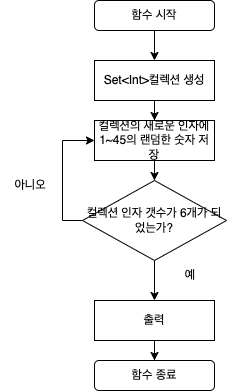
Earlier version of the draw.io export week2 step1 순서도.png (yagom-academy/swift-starter-Round2). Source tidied: cells renumbered, new cells last; positions are measured from the earlier drawing's top-left corner, leaving out a move shared by most shapes. Source of this version:
```xml
<mxGraphModel>
  <root>
    <mxCell id="0" />
    <mxCell id="1" parent="0" />
    <mxCell id="2" style="edgeStyle=orthogonalEdgeStyle;rounded=0;jettySize=auto;html=1;entryX=0.5;entryY=0;entryDx=0;entryDy=0;" parent="1" edge="1" source="3" target="5">
      <mxGeometry relative="1" as="geometry" />
    </mxCell>
    <mxCell id="3" value="함수 시작" style="rounded=1;whiteSpace=wrap;html=1;" parent="1" vertex="1">
      <mxGeometry x="94" width="120" height="30" as="geometry" />
    </mxCell>
    <mxCell id="4" style="edgeStyle=orthogonalEdgeStyle;rounded=0;jettySize=auto;html=1;entryX=0.5;entryY=0;entryDx=0;entryDy=0;" parent="1" edge="1" source="5" target="7">
      <mxGeometry relative="1" as="geometry" />
    </mxCell>
    <mxCell id="5" value="Set&amp;lt;Int&amp;gt;컬렉션 생성" style="rounded=0;whiteSpace=wrap;html=1;" parent="1" vertex="1">
      <mxGeometry x="94" y="60" width="120" height="40" as="geometry" />
    </mxCell>
    <mxCell id="6" style="edgeStyle=orthogonalEdgeStyle;rounded=0;jettySize=auto;html=1;entryX=0.5;entryY=0;entryDx=0;entryDy=0;" parent="1" edge="1" source="7" target="10">
      <mxGeometry relative="1" as="geometry" />
    </mxCell>
    <mxCell id="7" value="컬렉션의 새로운 인자에 1~45의 랜덤한 숫자 저장" style="rounded=0;whiteSpace=wrap;html=1;" parent="1" vertex="1">
      <mxGeometry x="94" y="120" width="120" height="40" as="geometry" />
    </mxCell>
    <mxCell id="8" style="edgeStyle=orthogonalEdgeStyle;rounded=0;jettySize=auto;html=1;" parent="1" edge="1" source="10" target="14">
      <mxGeometry relative="1" as="geometry" />
    </mxCell>
    <mxCell id="9" style="edgeStyle=orthogonalEdgeStyle;rounded=0;jettySize=auto;html=1;entryX=0;entryY=0.5;entryDx=0;entryDy=0;" parent="1" edge="1" source="10" target="7">
      <mxGeometry relative="1" as="geometry">
        <Array as="points">
          <mxPoint x="62" y="220" />
          <mxPoint x="62" y="140" />
        </Array>
      </mxGeometry>
    </mxCell>
    <mxCell id="10" value="컬렉션 인자 갯수가 6개가 되었는가?" style="rhombus;whiteSpace=wrap;html=1;" parent="1" vertex="1">
      <mxGeometry x="82" y="180" width="144" height="80" as="geometry" />
    </mxCell>
    <mxCell id="11" value="아니오" style="text;html=1;strokeColor=none;fillColor=none;align=center;verticalAlign=middle;whiteSpace=wrap;rounded=0;" parent="1" vertex="1">
      <mxGeometry y="170" width="60" height="30" as="geometry" />
    </mxCell>
    <mxCell id="12" value="예" style="text;html=1;strokeColor=none;fillColor=none;align=center;verticalAlign=middle;whiteSpace=wrap;rounded=0;" parent="1" vertex="1">
      <mxGeometry x="160" y="260" width="60" height="30" as="geometry" />
    </mxCell>
    <mxCell id="13" style="edgeStyle=orthogonalEdgeStyle;rounded=0;jettySize=auto;html=1;" parent="1" edge="1" source="14" target="15">
      <mxGeometry relative="1" as="geometry" />
    </mxCell>
    <mxCell id="14" value="출력" style="rounded=0;whiteSpace=wrap;html=1;" parent="1" vertex="1">
      <mxGeometry x="94" y="300" width="120" height="40" as="geometry" />
    </mxCell>
    <mxCell id="15" value="함수 종료" style="rounded=1;whiteSpace=wrap;html=1;" parent="1" vertex="1">
      <mxGeometry x="94" y="360" width="120" height="30" as="geometry" />
    </mxCell>
  </root>
</mxGraphModel>
```
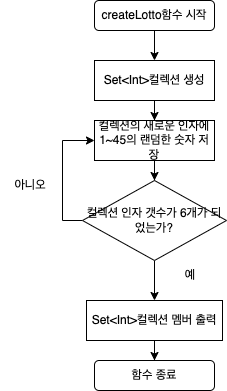
The same file after the commit.

Commit message:
week2 step1 1.1v

What changed in the source:
```diff
@@ -5,7 +5,7 @@
     <mxCell id="2" style="edgeStyle=orthogonalEdgeStyle;rounded=0;jettySize=auto;html=1;entryX=0.5;entryY=0;entryDx=0;entryDy=0;" parent="1" edge="1" source="3" target="5">
       <mxGeometry relative="1" as="geometry" />
     </mxCell>
-    <mxCell id="3" value="함수 시작" style="rounded=1;whiteSpace=wrap;html=1;" parent="1" vertex="1">
+    <mxCell id="3" value="createLotto함수 시작" style="rounded=1;whiteSpace=wrap;html=1;" parent="1" vertex="1">
       <mxGeometry x="94" width="120" height="30" as="geometry" />
     </mxCell>
     <mxCell id="4" style="edgeStyle=orthogonalEdgeStyle;rounded=0;jettySize=auto;html=1;entryX=0.5;entryY=0;entryDx=0;entryDy=0;" parent="1" edge="1" source="5" target="7">
@@ -43,8 +43,8 @@
     <mxCell id="13" style="edgeStyle=orthogonalEdgeStyle;rounded=0;jettySize=auto;html=1;" parent="1" edge="1" source="14" target="15">
       <mxGeometry relative="1" as="geometry" />
     </mxCell>
-    <mxCell id="14" value="출력" style="rounded=0;whiteSpace=wrap;html=1;" parent="1" vertex="1">
-      <mxGeometry x="94" y="300" width="120" height="40" as="geometry" />
+    <mxCell id="14" value="Set&amp;lt;Int&amp;gt;컬렉션 멤버 출력" style="rounded=0;whiteSpace=wrap;html=1;" parent="1" vertex="1">
+      <mxGeometry x="86" y="300" width="136" height="40" as="geometry" />
     </mxCell>
     <mxCell id="15" value="함수 종료" style="rounded=1;whiteSpace=wrap;html=1;" parent="1" vertex="1">
       <mxGeometry x="94" y="360" width="120" height="30" as="geometry" />
```
